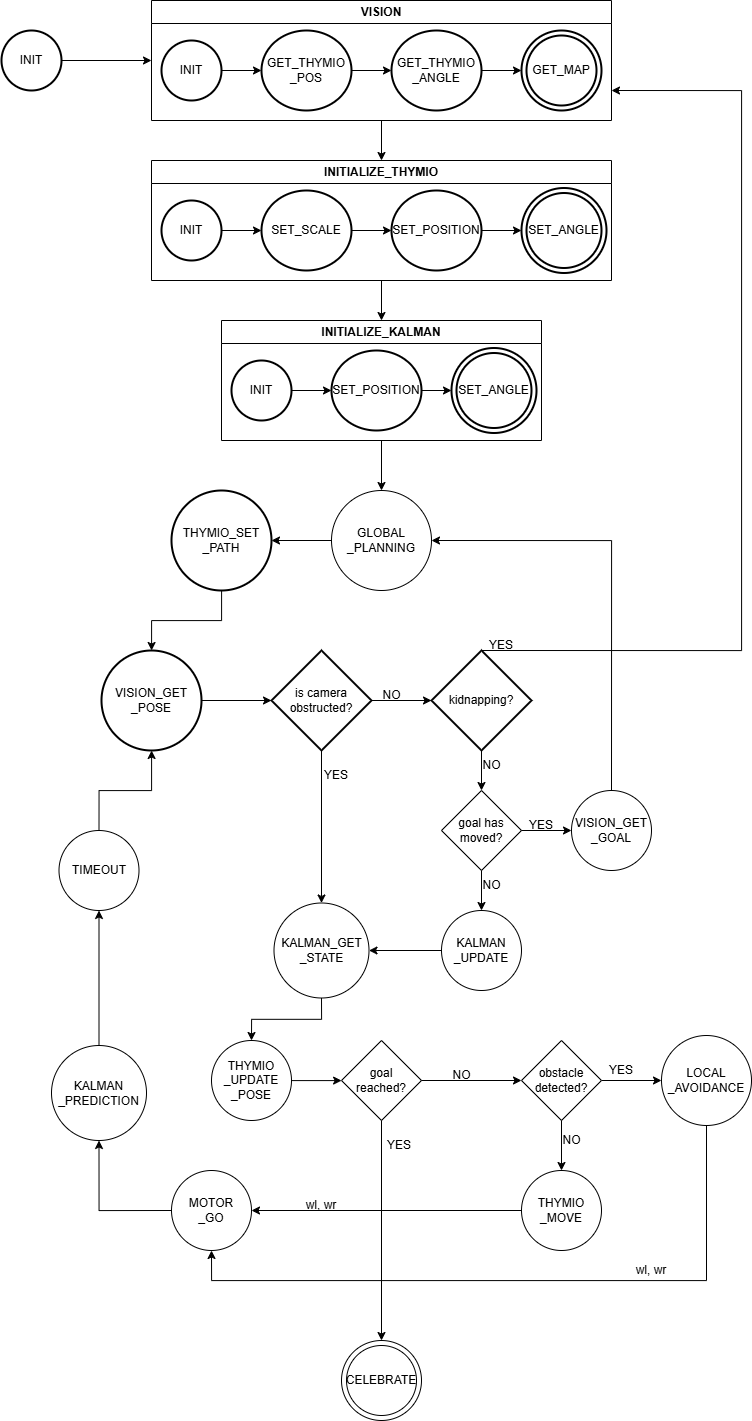
Earlier version of the draw.io export images/thymioStateDiagram.png (mourawas/thymio). Source tidied: cells renumbered, new cells last; positions are measured from the earlier drawing's top-left corner, leaving out a move shared by most shapes.
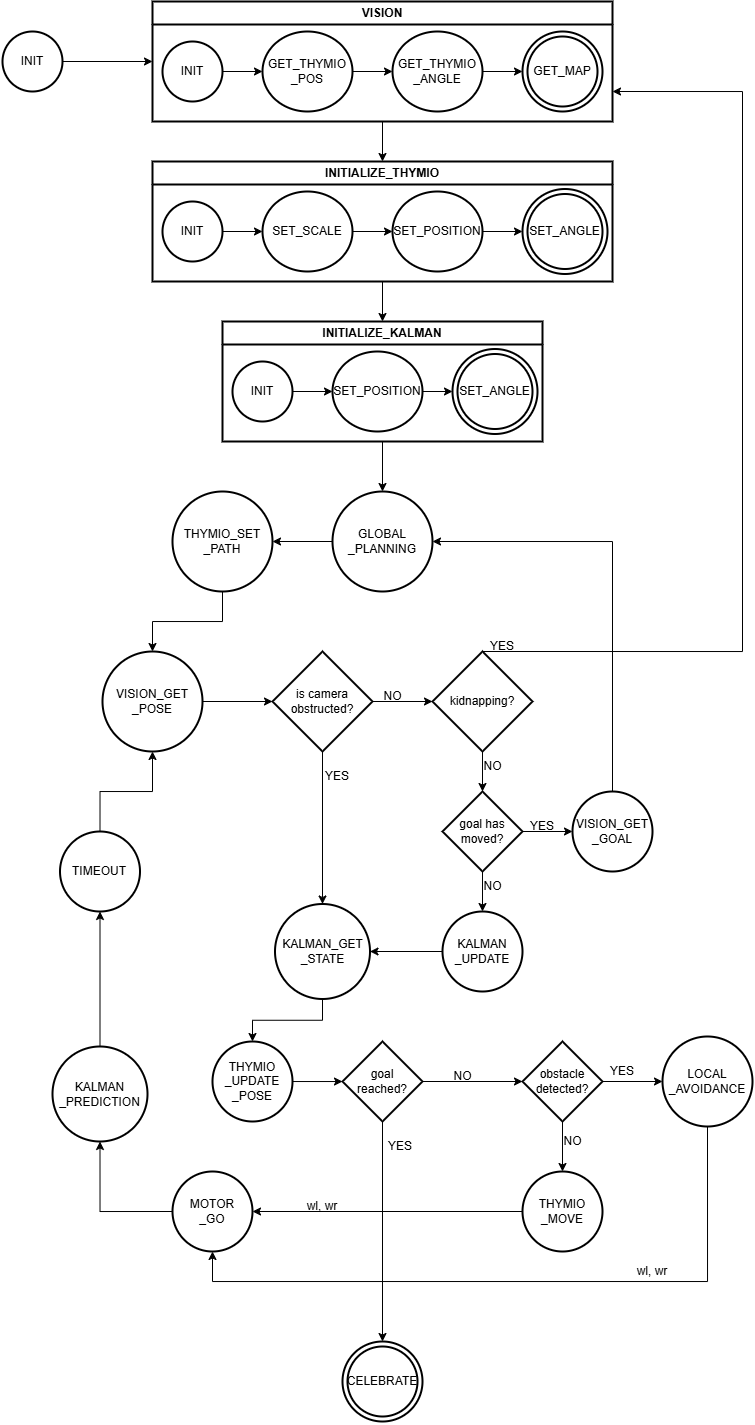
The same diagram one commit later.

The edit, as a diff of the source:
```diff
@@ -5,7 +5,7 @@
     <mxCell id="2" value="INIT" style="strokeWidth=2;html=1;shape=mxgraph.flowchart.start_2;whiteSpace=wrap;" parent="1" vertex="1">
       <mxGeometry y="30" width="60" height="60" as="geometry" />
     </mxCell>
-    <mxCell id="3" value="VISION" style="swimlane;whiteSpace=wrap;html=1;" parent="1" vertex="1">
+    <mxCell id="3" value="VISION" style="swimlane;whiteSpace=wrap;html=1;strokeWidth=2;" parent="1" vertex="1">
       <mxGeometry x="150" width="460" height="120" as="geometry" />
     </mxCell>
     <mxCell id="4" style="strokeWidth=2;html=1;shape=mxgraph.flowchart.start_2;whiteSpace=wrap;" parent="3" vertex="1">
@@ -35,7 +35,7 @@
     <mxCell id="12" style="endArrow=classic;html=1;rounded=0;exitX=1;exitY=0.5;exitDx=0;exitDy=0;exitPerimeter=0;" parent="1" edge="1" source="2" target="3">
       <mxGeometry relative="1" as="geometry" />
     </mxCell>
-    <mxCell id="13" value="INITIALIZE_THYMIO" style="swimlane;whiteSpace=wrap;html=1;" parent="1" vertex="1">
+    <mxCell id="13" value="INITIALIZE_THYMIO" style="swimlane;whiteSpace=wrap;html=1;strokeWidth=2;" parent="1" vertex="1">
       <mxGeometry x="150" y="160" width="460" height="120" as="geometry" />
     </mxCell>
     <mxCell id="14" value="INIT" style="strokeWidth=2;html=1;shape=mxgraph.flowchart.start_2;whiteSpace=wrap;" parent="13" vertex="1">
@@ -68,7 +68,7 @@
     <mxCell id="23" style="edgeStyle=orthogonalEdgeStyle;rounded=0;jettySize=auto;html=1;" parent="1" edge="1" source="24" target="33">
       <mxGeometry relative="1" as="geometry" />
     </mxCell>
-    <mxCell id="24" value="INITIALIZE_KALMAN" style="swimlane;whiteSpace=wrap;html=1;" parent="1" vertex="1">
+    <mxCell id="24" value="INITIALIZE_KALMAN" style="swimlane;whiteSpace=wrap;html=1;strokeWidth=2;" parent="1" vertex="1">
       <mxGeometry x="220" y="320" width="320" height="120" as="geometry" />
     </mxCell>
     <mxCell id="25" value="INIT" style="strokeWidth=2;html=1;shape=mxgraph.flowchart.start_2;whiteSpace=wrap;" parent="24" vertex="1">
@@ -95,7 +95,7 @@
     <mxCell id="32" style="edgeStyle=orthogonalEdgeStyle;rounded=0;jettySize=auto;html=1;" parent="1" edge="1" source="33" target="35">
       <mxGeometry relative="1" as="geometry" />
     </mxCell>
-    <mxCell id="33" value="GLOBAL&lt;div&gt;_PLANNING&lt;/div&gt;" style="ellipse;whiteSpace=wrap;html=1;" parent="1" vertex="1">
+    <mxCell id="33" value="GLOBAL&lt;div&gt;_PLANNING&lt;/div&gt;" style="ellipse;whiteSpace=wrap;html=1;strokeWidth=2;" parent="1" vertex="1">
       <mxGeometry x="330" y="490" width="100" height="100" as="geometry" />
     </mxCell>
     <mxCell id="34" style="edgeStyle=orthogonalEdgeStyle;rounded=0;jettySize=auto;html=1;" parent="1" edge="1" source="35" target="37">
@@ -136,13 +136,13 @@
     <mxCell id="44" value="YES" style="text;html=1;align=center;verticalAlign=middle;whiteSpace=wrap;rounded=0;" parent="1" vertex="1">
       <mxGeometry x="470" y="630" width="60" height="30" as="geometry" />
     </mxCell>
-    <mxCell id="45" value="goal has moved?" style="rhombus;whiteSpace=wrap;html=1;" parent="1" vertex="1">
+    <mxCell id="45" value="goal has moved?" style="rhombus;whiteSpace=wrap;html=1;strokeWidth=2;" parent="1" vertex="1">
       <mxGeometry x="440" y="790" width="80" height="80" as="geometry" />
     </mxCell>
     <mxCell id="46" style="endArrow=classic;html=1;rounded=0;exitX=1;exitY=0.5;exitDx=0;exitDy=0;entryX=0;entryY=0.5;entryDx=0;entryDy=0;" parent="1" edge="1" source="45" target="47">
       <mxGeometry relative="1" as="geometry" />
     </mxCell>
-    <mxCell id="47" value="VISION_GET&lt;div&gt;_GOAL&lt;/div&gt;" style="ellipse;whiteSpace=wrap;html=1;" parent="1" vertex="1">
+    <mxCell id="47" value="VISION_GET&lt;div&gt;_GOAL&lt;/div&gt;" style="ellipse;whiteSpace=wrap;html=1;strokeWidth=2;" parent="1" vertex="1">
       <mxGeometry x="570" y="790" width="80" height="80" as="geometry" />
     </mxCell>
     <mxCell id="48" style="endArrow=classic;html=1;rounded=0;entryX=1;entryY=0.5;entryDx=0;entryDy=0;exitX=0.5;exitY=0;exitDx=0;exitDy=0;edgeStyle=orthogonalEdgeStyle;" parent="1" edge="1" source="47" target="33">
@@ -160,13 +160,13 @@
     <mxCell id="52" style="edgeStyle=orthogonalEdgeStyle;rounded=0;jettySize=auto;html=1;" parent="1" edge="1" source="53" target="55">
       <mxGeometry relative="1" as="geometry" />
     </mxCell>
-    <mxCell id="53" value="KALMAN&lt;div&gt;_UPDATE&lt;/div&gt;" style="ellipse;whiteSpace=wrap;html=1;" parent="1" vertex="1">
+    <mxCell id="53" value="KALMAN&lt;div&gt;_UPDATE&lt;/div&gt;" style="ellipse;whiteSpace=wrap;html=1;strokeWidth=2;" parent="1" vertex="1">
       <mxGeometry x="440" y="910" width="80" height="80" as="geometry" />
     </mxCell>
     <mxCell id="54" style="edgeStyle=orthogonalEdgeStyle;rounded=0;jettySize=auto;html=1;" parent="1" edge="1" source="55" target="60">
       <mxGeometry relative="1" as="geometry" />
     </mxCell>
-    <mxCell id="55" value="KALMAN_GET&lt;div&gt;_STATE&lt;/div&gt;" style="ellipse;whiteSpace=wrap;html=1;" parent="1" vertex="1">
+    <mxCell id="55" value="KALMAN_GET&lt;div&gt;_STATE&lt;/div&gt;" style="ellipse;whiteSpace=wrap;html=1;strokeWidth=2;" parent="1" vertex="1">
       <mxGeometry x="272.5" y="902.5" width="95" height="95" as="geometry" />
     </mxCell>
     <mxCell id="56" style="endArrow=classic;html=1;rounded=0;exitX=0.5;exitY=1;exitDx=0;exitDy=0;exitPerimeter=0;entryX=0.5;entryY=0;entryDx=0;entryDy=0;" parent="1" edge="1" source="39" target="55">
@@ -186,16 +186,16 @@
         </Array>
       </mxGeometry>
     </mxCell>
-    <mxCell id="60" value="THYMIO&lt;div&gt;_UPDATE&lt;/div&gt;&lt;div&gt;_POSE&lt;/div&gt;" style="ellipse;whiteSpace=wrap;html=1;" parent="1" vertex="1">
+    <mxCell id="60" value="THYMIO&lt;div&gt;_UPDATE&lt;/div&gt;&lt;div&gt;_POSE&lt;/div&gt;" style="ellipse;whiteSpace=wrap;html=1;strokeWidth=2;" parent="1" vertex="1">
       <mxGeometry x="210" y="1040" width="80" height="80" as="geometry" />
     </mxCell>
-    <mxCell id="61" value="LOCAL&lt;div&gt;_AVOIDANCE&lt;/div&gt;" style="ellipse;whiteSpace=wrap;html=1;" parent="1" vertex="1">
+    <mxCell id="61" value="LOCAL&lt;div&gt;_AVOIDANCE&lt;/div&gt;" style="ellipse;whiteSpace=wrap;html=1;strokeWidth=2;" parent="1" vertex="1">
       <mxGeometry x="660" y="1035" width="90" height="90" as="geometry" />
     </mxCell>
     <mxCell id="62" style="edgeStyle=orthogonalEdgeStyle;rounded=0;jettySize=auto;html=1;" parent="1" edge="1" source="63" target="61">
       <mxGeometry relative="1" as="geometry" />
     </mxCell>
-    <mxCell id="63" value="obstacle detected?" style="rhombus;whiteSpace=wrap;html=1;" parent="1" vertex="1">
+    <mxCell id="63" value="obstacle detected?" style="rhombus;whiteSpace=wrap;html=1;strokeWidth=2;" parent="1" vertex="1">
       <mxGeometry x="520" y="1040" width="80" height="80" as="geometry" />
     </mxCell>
     <mxCell id="64" value="YES" style="text;html=1;align=center;verticalAlign=middle;whiteSpace=wrap;rounded=0;" parent="1" vertex="1">
@@ -204,10 +204,10 @@
     <mxCell id="65" style="endArrow=classic;html=1;rounded=0;exitX=0.5;exitY=1;exitDx=0;exitDy=0;" parent="1" edge="1" source="63" target="66">
       <mxGeometry relative="1" as="geometry" />
     </mxCell>
-    <mxCell id="66" value="THYMIO&lt;div&gt;_MOVE&lt;/div&gt;" style="ellipse;whiteSpace=wrap;html=1;" parent="1" vertex="1">
+    <mxCell id="66" value="THYMIO&lt;div&gt;_MOVE&lt;/div&gt;" style="ellipse;whiteSpace=wrap;html=1;strokeWidth=2;" parent="1" vertex="1">
       <mxGeometry x="520" y="1170" width="80" height="80" as="geometry" />
     </mxCell>
-    <mxCell id="67" value="MOTOR&lt;div&gt;_GO&lt;/div&gt;" style="ellipse;whiteSpace=wrap;html=1;" parent="1" vertex="1">
+    <mxCell id="67" value="MOTOR&lt;div&gt;_GO&lt;/div&gt;" style="ellipse;whiteSpace=wrap;html=1;strokeWidth=2;" parent="1" vertex="1">
       <mxGeometry x="170" y="1170" width="80" height="80" as="geometry" />
     </mxCell>
     <mxCell id="68" style="endArrow=classic;html=1;rounded=0;exitX=0;exitY=0.5;exitDx=0;exitDy=0;entryX=1;entryY=0.5;entryDx=0;entryDy=0;" parent="1" edge="1" source="66" target="67">
@@ -230,7 +230,7 @@
     <mxCell id="72" value="wl, wr" style="text;html=1;align=center;verticalAlign=middle;whiteSpace=wrap;rounded=0;" parent="1" vertex="1">
       <mxGeometry x="620" y="1260" width="60" height="20" as="geometry" />
     </mxCell>
-    <mxCell id="73" value="KALMAN&lt;div&gt;_PREDICTION&lt;/div&gt;" style="ellipse;whiteSpace=wrap;html=1;" parent="1" vertex="1">
+    <mxCell id="73" value="KALMAN&lt;div&gt;_PREDICTION&lt;/div&gt;" style="ellipse;whiteSpace=wrap;html=1;strokeWidth=2;" parent="1" vertex="1">
       <mxGeometry x="50" y="1045" width="95" height="95" as="geometry" />
     </mxCell>
     <mxCell id="74" style="endArrow=classic;html=1;rounded=0;entryX=0.5;entryY=1;entryDx=0;entryDy=0;exitX=0;exitY=0.5;exitDx=0;exitDy=0;edgeStyle=orthogonalEdgeStyle;" parent="1" edge="1" source="67" target="73">
@@ -242,10 +242,10 @@
     <mxCell id="76" style="edgeStyle=orthogonalEdgeStyle;rounded=0;jettySize=auto;html=1;" parent="1" edge="1" source="77" target="37">
       <mxGeometry relative="1" as="geometry" />
     </mxCell>
-    <mxCell id="77" value="TIMEOUT" style="ellipse;whiteSpace=wrap;html=1;" parent="1" vertex="1">
+    <mxCell id="77" value="TIMEOUT" style="ellipse;whiteSpace=wrap;html=1;strokeWidth=2;" parent="1" vertex="1">
       <mxGeometry x="57.5" y="830" width="80" height="80" as="geometry" />
     </mxCell>
-    <mxCell id="78" value="goal&lt;div&gt;reached?&lt;/div&gt;" style="rhombus;whiteSpace=wrap;html=1;" parent="1" vertex="1">
+    <mxCell id="78" value="goal&lt;div&gt;reached?&lt;/div&gt;" style="rhombus;whiteSpace=wrap;html=1;strokeWidth=2;" parent="1" vertex="1">
       <mxGeometry x="340" y="1040" width="80" height="80" as="geometry" />
     </mxCell>
     <mxCell id="79" style="endArrow=classic;html=1;rounded=0;entryX=0;entryY=0.5;entryDx=0;entryDy=0;exitX=1;exitY=0.5;exitDx=0;exitDy=0;edgeStyle=orthogonalEdgeStyle;" parent="1" edge="1" source="78" target="63">
@@ -257,10 +257,10 @@
     <mxCell id="81" style="endArrow=classic;html=1;rounded=0;exitX=0.5;exitY=1;exitDx=0;exitDy=0;" parent="1" edge="1" source="78" target="82">
       <mxGeometry relative="1" as="geometry" />
     </mxCell>
-    <mxCell id="82" style="ellipse;whiteSpace=wrap;html=1;" parent="1" vertex="1">
+    <mxCell id="82" style="ellipse;whiteSpace=wrap;html=1;strokeWidth=2;" parent="1" vertex="1">
       <mxGeometry x="340" y="1340" width="80" height="80" as="geometry" />
     </mxCell>
-    <mxCell id="83" value="CELEBRATE" style="ellipse;whiteSpace=wrap;html=1;" parent="1" vertex="1">
+    <mxCell id="83" value="CELEBRATE" style="ellipse;whiteSpace=wrap;html=1;strokeWidth=2;" parent="1" vertex="1">
       <mxGeometry x="345" y="1345" width="70" height="70" as="geometry" />
     </mxCell>
     <mxCell id="84" value="YES" style="text;html=1;align=center;verticalAlign=middle;whiteSpace=wrap;rounded=0;" parent="1" vertex="1">
```
